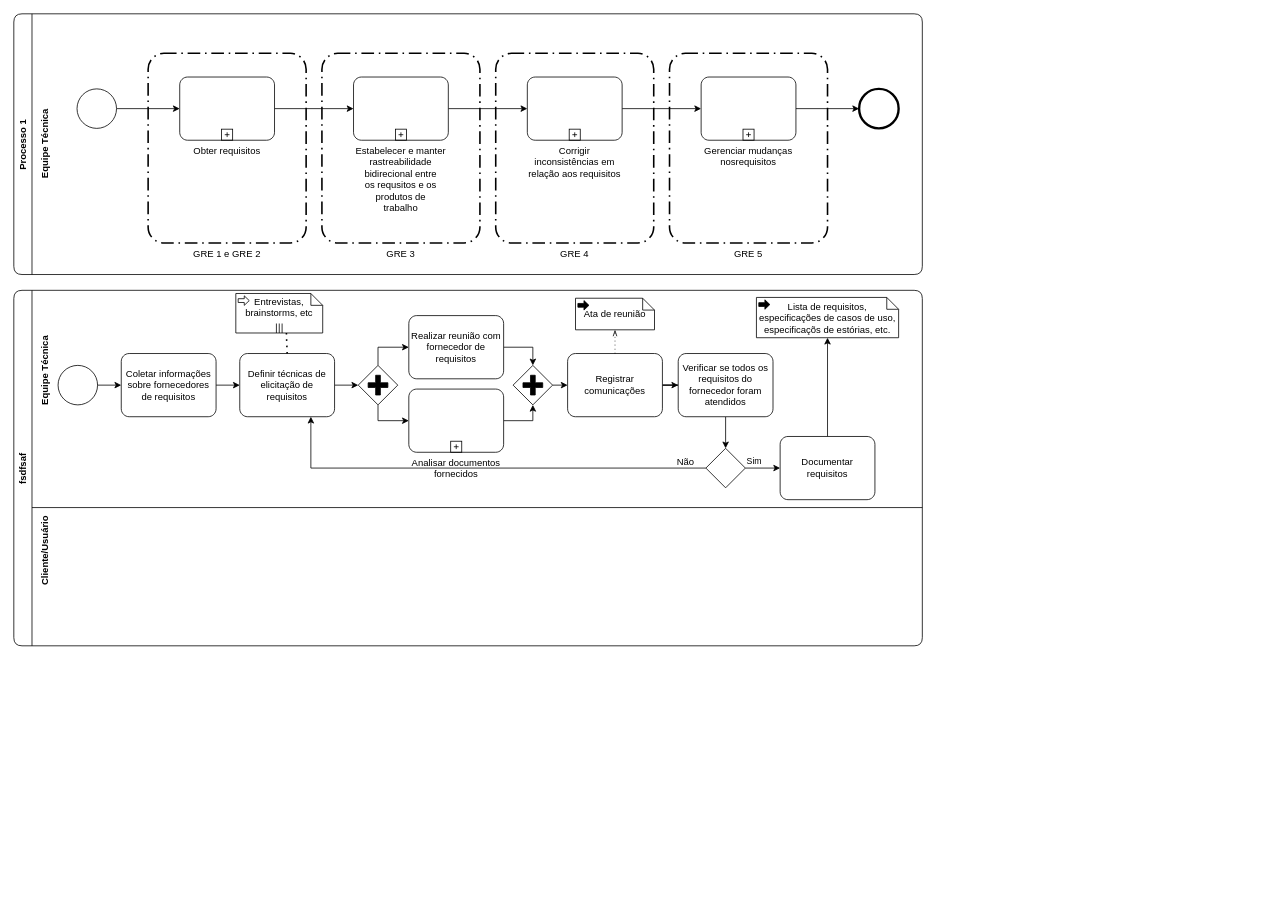
carlosbetiol/engenharia-software-utfpr keeps this draw.io diagram as Modelo de processo de Gestao de Requisitos.drawio. Above is the earlier version. Source tidied: cells renumbered, new cells numbered last; positions are measured from the earlier drawing's top-left corner, leaving out a move shared by most shapes. Both pictures are drawn from the tidied source at 79%, with x=0, y=0 at pixel (6, 13).
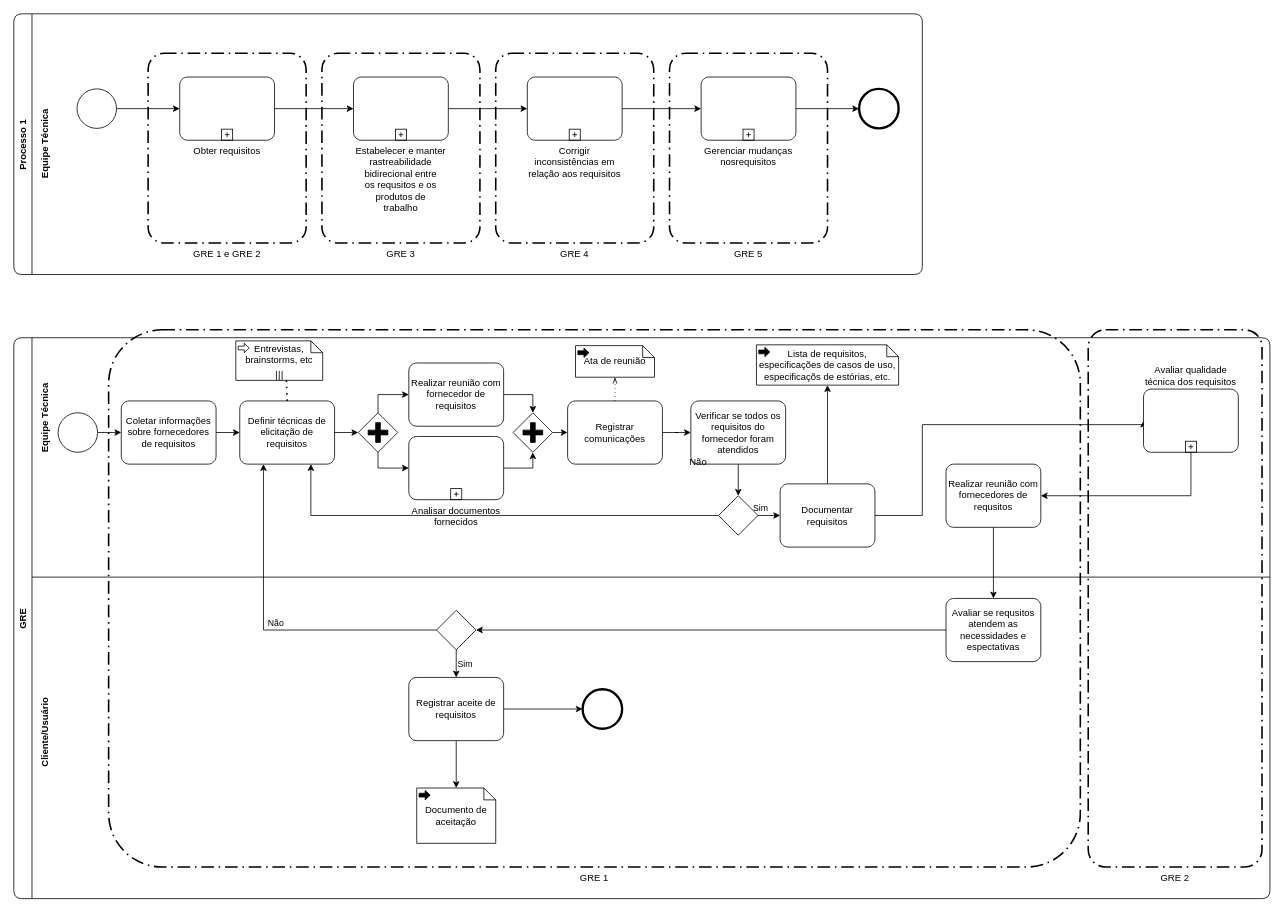
Above is the later version.

Commit message:
Conclusao modelagem GRE 1 e GRE 2

The change refers to these unchanged cells:
```xml
<mxCell id="27" value="Definir técnicas de elicitação de requisitos" style="points=[[0.25,0,0],[0.5,0,0],[0.75,0,0],[1,0.25,0],[1,0.5,0],[1,0.75,0],[0.75,1,0],[0.5,1,0],[0.25,1,0],[0,0.75,0],[0,0.5,0],[0,0.25,0]];shape=mxgraph.bpmn.task;whiteSpace=wrap;rectStyle=rounded;size=10;taskMarker=abstract;rounded=0;shadow=0;glass=0;strokeWidth=1;" parent="19" vertex="1">
  <mxGeometry x="286" y="80" width="120" height="80" as="geometry" />
</mxCell>
<mxCell id="49" value="Documentar requisitos" style="points=[[0.25,0,0],[0.5,0,0],[0.75,0,0],[1,0.25,0],[1,0.5,0],[1,0.75,0],[0.75,1,0],[0.5,1,0],[0.25,1,0],[0,0.75,0],[0,0.5,0],[0,0.25,0]];shape=mxgraph.bpmn.task;whiteSpace=wrap;rectStyle=rounded;size=10;taskMarker=abstract;rounded=0;shadow=0;glass=0;strokeWidth=1;" parent="19" vertex="1">
  <mxGeometry x="970" y="185" width="120" height="80" as="geometry" />
</mxCell>
```

Change to the diagram source:
```diff
@@
-    <mxCell id="19" value="fsdfsaf" style="swimlane;horizontal=0;rounded=1;swimlaneLine=1;" parent="1" vertex="1">
-      <mxGeometry x="10" y="350" width="1150" height="450" as="geometry" />
+    <mxCell id="19" value="GRE" style="swimlane;horizontal=0;rounded=1;swimlaneLine=1;" parent="1" vertex="1">
+      <mxGeometry x="10" y="410" width="1590" height="710" as="geometry" />
     </mxCell>
@@
     <mxCell id="21" value="Cliente/Usuário" style="text;html=1;align=center;verticalAlign=middle;fillColor=none;strokeColor=none;rounded=0;shadow=0;glass=0;rotation=270;strokeWidth=1;fontStyle=1;" parent="19" vertex="1">
-      <mxGeometry x="-10" y="320" width="100" height="20" as="geometry" />
+      <mxGeometry x="-10" y="490" width="100" height="20" as="geometry" />
     </mxCell>
@@
     <mxCell id="44" value="Verificar se todos os requisitos do fornecedor foram atendidos" style="points=[[0.25,0,0],[0.5,0,0],[0.75,0,0],[1,0.25,0],[1,0.5,0],[1,0.75,0],[0.75,1,0],[0.5,1,0],[0.25,1,0],[0,0.75,0],[0,0.5,0],[0,0.25,0]];shape=mxgraph.bpmn.task;whiteSpace=wrap;rectStyle=rounded;size=10;taskMarker=abstract;rounded=0;shadow=0;glass=0;strokeWidth=1;" parent="19" vertex="1">
-      <mxGeometry x="841" y="80" width="120" height="80" as="geometry" />
+      <mxGeometry x="857" y="80" width="120" height="80" as="geometry" />
     </mxCell>
@@
     <mxCell id="47" style="points=[[0.25,0.25,0],[0.5,0,0],[0.75,0.25,0],[1,0.5,0],[0.75,0.75,0],[0.5,1,0],[0.25,0.75,0],[0,0.5,0]];shape=mxgraph.bpmn.gateway2;html=1;verticalLabelPosition=bottom;labelBackgroundColor=#ffffff;verticalAlign=top;align=center;perimeter=rhombusPerimeter;outlineConnect=0;outline=none;symbol=none;rounded=0;shadow=0;glass=0;strokeWidth=1;" parent="19" vertex="1">
-      <mxGeometry x="876" y="200" width="50" height="50" as="geometry" />
+      <mxGeometry x="892" y="200" width="50" height="50" as="geometry" />
     </mxCell>
@@
+    <mxCell id="53" style="edgeStyle=orthogonalEdgeStyle;rounded=0;jettySize=auto;html=1;exitX=1;exitY=0.5;exitDx=0;exitDy=0;exitPerimeter=0;entryX=0;entryY=0.5;entryDx=0;entryDy=0;entryPerimeter=0;" parent="19" edge="1" source="49" target="55">
+      <mxGeometry relative="1" as="geometry">
+        <Array as="points">
+          <mxPoint x="1150" y="225" />
+          <mxPoint x="1150" y="110" />
+        </Array>
+      </mxGeometry>
+    </mxCell>
@@
+    <mxCell id="54" style="edgeStyle=orthogonalEdgeStyle;rounded=0;jettySize=auto;html=1;exitX=0.5;exitY=1;exitDx=0;exitDy=0;exitPerimeter=0;entryX=1;entryY=0.5;entryDx=0;entryDy=0;entryPerimeter=0;" parent="19" edge="1" source="55" target="57">
+      <mxGeometry relative="1" as="geometry" />
+    </mxCell>
+    <mxCell id="55" value="Avaliar qualidade técnica dos requisitos" style="points=[[0.25,0,0],[0.5,0,0],[0.75,0,0],[1,0.25,0],[1,0.5,0],[1,0.75,0],[0.75,1,0],[0.5,1,0],[0.25,1,0],[0,0.75,0],[0,0.5,0],[0,0.25,0]];shape=mxgraph.bpmn.task;whiteSpace=wrap;rectStyle=rounded;size=10;taskMarker=abstract;isLoopSub=1;rounded=1;labelPosition=center;verticalLabelPosition=top;align=center;verticalAlign=bottom;" parent="19" vertex="1">
+      <mxGeometry x="1430" y="65" width="120" height="80" as="geometry" />
+    </mxCell>
+    <mxCell id="56" style="edgeStyle=orthogonalEdgeStyle;rounded=0;jettySize=auto;html=1;exitX=0.5;exitY=1;exitDx=0;exitDy=0;exitPerimeter=0;" parent="19" edge="1" source="57" target="59">
+      <mxGeometry relative="1" as="geometry" />
+    </mxCell>
+    <mxCell id="57" value="Realizar reunião com fornecedores de requsitos" style="points=[[0.25,0,0],[0.5,0,0],[0.75,0,0],[1,0.25,0],[1,0.5,0],[1,0.75,0],[0.75,1,0],[0.5,1,0],[0.25,1,0],[0,0.75,0],[0,0.5,0],[0,0.25,0]];shape=mxgraph.bpmn.task;whiteSpace=wrap;rectStyle=rounded;size=10;taskMarker=abstract;rounded=0;shadow=0;glass=0;strokeWidth=1;" parent="19" vertex="1">
+      <mxGeometry x="1180" y="160" width="120" height="80" as="geometry" />
+    </mxCell>
+    <mxCell id="58" style="edgeStyle=orthogonalEdgeStyle;rounded=0;jettySize=auto;html=1;exitX=0;exitY=0.5;exitDx=0;exitDy=0;exitPerimeter=0;entryX=1;entryY=0.5;entryDx=0;entryDy=0;entryPerimeter=0;" parent="19" edge="1" source="59" target="62">
+      <mxGeometry relative="1" as="geometry" />
+    </mxCell>
+    <mxCell id="59" value="Avaliar se requsitos atendem as necessidades e espectativas" style="points=[[0.25,0,0],[0.5,0,0],[0.75,0,0],[1,0.25,0],[1,0.5,0],[1,0.75,0],[0.75,1,0],[0.5,1,0],[0.25,1,0],[0,0.75,0],[0,0.5,0],[0,0.25,0]];shape=mxgraph.bpmn.task;whiteSpace=wrap;rectStyle=rounded;size=10;taskMarker=abstract;rounded=0;shadow=0;glass=0;strokeWidth=1;" parent="19" vertex="1">
+      <mxGeometry x="1180" y="330" width="120" height="80" as="geometry" />
+    </mxCell>
+    <mxCell id="60" value="Não" style="edgeStyle=orthogonalEdgeStyle;rounded=0;jettySize=auto;html=1;exitX=0;exitY=0.5;exitDx=0;exitDy=0;exitPerimeter=0;entryX=0.25;entryY=1;entryDx=0;entryDy=0;entryPerimeter=0;labelPosition=right;verticalLabelPosition=top;align=left;verticalAlign=bottom;" parent="19" edge="1" source="62" target="27">
+      <mxGeometry relative="1" as="geometry" />
+    </mxCell>
+    <mxCell id="61" value="Sim" style="edgeStyle=orthogonalEdgeStyle;rounded=0;jettySize=auto;html=1;exitX=0.5;exitY=1;exitDx=0;exitDy=0;exitPerimeter=0;entryX=0.5;entryY=0;entryDx=0;entryDy=0;entryPerimeter=0;labelPosition=right;verticalLabelPosition=middle;align=left;verticalAlign=middle;" parent="19" edge="1" source="62" target="65">
+      <mxGeometry relative="1" as="geometry" />
+    </mxCell>
+    <mxCell id="62" style="points=[[0.25,0.25,0],[0.5,0,0],[0.75,0.25,0],[1,0.5,0],[0.75,0.75,0],[0.5,1,0],[0.25,0.75,0],[0,0.5,0]];shape=mxgraph.bpmn.gateway2;html=1;verticalLabelPosition=bottom;labelBackgroundColor=#ffffff;verticalAlign=top;align=center;perimeter=rhombusPerimeter;outlineConnect=0;outline=none;symbol=none;rounded=0;shadow=0;glass=0;strokeWidth=1;" parent="19" vertex="1">
+      <mxGeometry x="535" y="345" width="50" height="50" as="geometry" />
+    </mxCell>
+    <mxCell id="63" style="edgeStyle=orthogonalEdgeStyle;rounded=0;jettySize=auto;html=1;exitX=0.5;exitY=1;exitDx=0;exitDy=0;exitPerimeter=0;entryX=0.5;entryY=0;entryDx=0;entryDy=0;entryPerimeter=0;" parent="19" edge="1" source="65" target="66">
+      <mxGeometry relative="1" as="geometry" />
+    </mxCell>
+    <mxCell id="64" style="edgeStyle=orthogonalEdgeStyle;rounded=0;jettySize=auto;html=1;exitX=1;exitY=0.5;exitDx=0;exitDy=0;exitPerimeter=0;entryX=0;entryY=0.5;entryDx=0;entryDy=0;entryPerimeter=0;" parent="19" edge="1" source="65" target="67">
+      <mxGeometry relative="1" as="geometry" />
+    </mxCell>
+    <mxCell id="65" value="Registrar aceite de requisitos" style="points=[[0.25,0,0],[0.5,0,0],[0.75,0,0],[1,0.25,0],[1,0.5,0],[1,0.75,0],[0.75,1,0],[0.5,1,0],[0.25,1,0],[0,0.75,0],[0,0.5,0],[0,0.25,0]];shape=mxgraph.bpmn.task;whiteSpace=wrap;rectStyle=rounded;size=10;taskMarker=abstract;rounded=0;shadow=0;glass=0;strokeWidth=1;" parent="19" vertex="1">
+      <mxGeometry x="500" y="430" width="120" height="80" as="geometry" />
+    </mxCell>
+    <mxCell id="66" value="Documento de aceitação" style="shape=mxgraph.bpmn.data;labelPosition=center;verticalLabelPosition=middle;align=center;verticalAlign=middle;whiteSpace=wrap;size=15;html=1;bpmnTransferType=output;rounded=0;shadow=0;glass=0;strokeWidth=1;" parent="19" vertex="1">
+      <mxGeometry x="510" y="570" width="100" height="70" as="geometry" />
+    </mxCell>
+    <mxCell id="67" style="points=[[0.145,0.145,0],[0.5,0,0],[0.855,0.145,0],[1,0.5,0],[0.855,0.855,0],[0.5,1,0],[0.145,0.855,0],[0,0.5,0]];shape=mxgraph.bpmn.event;html=1;verticalLabelPosition=bottom;labelBackgroundColor=#ffffff;verticalAlign=top;align=center;perimeter=ellipsePerimeter;outlineConnect=0;outline=end;symbol=terminate2;" parent="19" vertex="1">
+      <mxGeometry x="720" y="445" width="50" height="50" as="geometry" />
+    </mxCell>
+    <mxCell id="68" value="GRE 1" style="rounded=1;arcSize=10;dashed=1;strokeColor=#000000;fillColor=none;gradientColor=none;dashPattern=8 3 1 3;strokeWidth=2;labelPosition=center;verticalLabelPosition=bottom;align=center;verticalAlign=top;" parent="19" vertex="1">
+      <mxGeometry x="120" y="-10" width="1230" height="680" as="geometry" />
+    </mxCell>
+    <mxCell id="69" value="GRE 2" style="rounded=1;arcSize=10;dashed=1;strokeColor=#000000;fillColor=none;gradientColor=none;dashPattern=8 3 1 3;strokeWidth=2;labelPosition=center;verticalLabelPosition=bottom;align=center;verticalAlign=top;" parent="19" vertex="1">
+      <mxGeometry x="1360" y="-10" width="220" height="680" as="geometry" />
+    </mxCell>
     <mxCell id="51" style="line;strokeWidth=1;html=1;rounded=0;shadow=0;glass=0;" parent="1" vertex="1">
-      <mxGeometry x="33" y="620" width="1127" height="10" as="geometry" />
+      <mxGeometry x="33" y="708" width="1567" height="10" as="geometry" />
     </mxCell>
     <mxCell id="52" value="Não" style="text;html=1;align=center;verticalAlign=middle;strokeColor=none;" parent="1" vertex="1">
-      <mxGeometry x="840" y="557" width="40" height="20" as="geometry" />
+      <mxGeometry x="856" y="557" width="40" height="20" as="geometry" />
     </mxCell>
```
